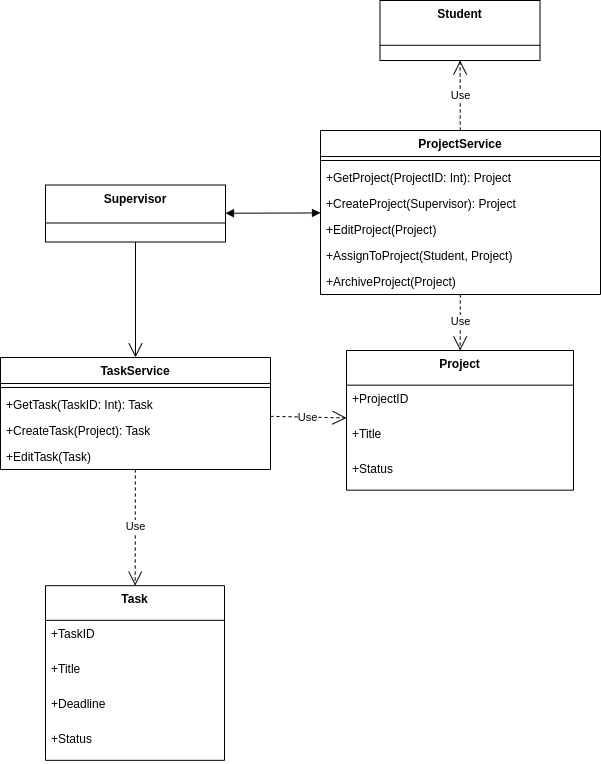
Beginner50/Dissertation keeps this draw.io diagram as UML/Class Diagrams/images/ProjectService Class Diagram.drawio.png. Above is the earlier version. Source tidied: cells renumbered, new cells last; positions are measured from the earlier drawing's top-left corner, leaving out a move shared by most shapes. Source of this version:
```xml
<mxGraphModel>
  <root>
    <mxCell id="0" />
    <mxCell id="1" parent="0" />
    <mxCell id="2" value="Supervisor" style="swimlane;fontStyle=1;align=center;verticalAlign=top;horizontal=1;startSize=38;" parent="1" vertex="1">
      <mxGeometry x="45" y="184.5" width="180" height="57" as="geometry" />
    </mxCell>
    <mxCell id="3" value="Project" style="swimlane;fontStyle=1;align=center;verticalAlign=top;horizontal=1;startSize=34.666666666666664;" parent="1" vertex="1">
      <mxGeometry x="346" y="350" width="227" height="139.7" as="geometry" />
    </mxCell>
    <mxCell id="4" value="+ProjectID" style="text;strokeColor=none;fillColor=none;align=left;verticalAlign=top;spacingLeft=4;spacingRight=4;overflow=hidden;" parent="3" vertex="1">
      <mxGeometry y="34.7" width="227" height="35" as="geometry" />
    </mxCell>
    <mxCell id="5" value="+Title" style="text;strokeColor=none;fillColor=none;align=left;verticalAlign=top;spacingLeft=4;spacingRight=4;overflow=hidden;" parent="3" vertex="1">
      <mxGeometry y="69.7" width="227" height="35" as="geometry" />
    </mxCell>
    <mxCell id="6" value="+Status" style="text;strokeColor=none;fillColor=none;align=left;verticalAlign=top;spacingLeft=4;spacingRight=4;overflow=hidden;" parent="3" vertex="1">
      <mxGeometry y="104.7" width="227" height="35" as="geometry" />
    </mxCell>
    <mxCell id="7" value="ProjectService" style="swimlane;fontStyle=1;align=center;verticalAlign=top;horizontal=1;startSize=26;whiteSpace=wrap;html=1;" parent="1" vertex="1">
      <mxGeometry x="320" y="130" width="280" height="164" as="geometry" />
    </mxCell>
    <mxCell id="8" style="line;strokeWidth=1;fillColor=none;align=left;verticalAlign=middle;spacingTop=-1;spacingLeft=3;spacingRight=3;labelPosition=right;strokeColor=inherit;" parent="7" vertex="1">
      <mxGeometry y="26" width="280" height="8" as="geometry" />
    </mxCell>
    <mxCell id="9" value="+GetProject(ProjectID: Int): Project" style="text;strokeColor=none;fillColor=none;align=left;verticalAlign=top;spacingLeft=4;spacingRight=4;overflow=hidden;whiteSpace=wrap;html=1;" parent="7" vertex="1">
      <mxGeometry y="34" width="280" height="26" as="geometry" />
    </mxCell>
    <mxCell id="10" value="+CreateProject(Supervisor): Project" style="text;strokeColor=none;fillColor=none;align=left;verticalAlign=top;spacingLeft=4;spacingRight=4;overflow=hidden;whiteSpace=wrap;html=1;" parent="7" vertex="1">
      <mxGeometry y="60" width="280" height="26" as="geometry" />
    </mxCell>
    <mxCell id="11" value="+EditProject(Project)" style="text;strokeColor=none;fillColor=none;align=left;verticalAlign=top;spacingLeft=4;spacingRight=4;overflow=hidden;whiteSpace=wrap;html=1;" parent="7" vertex="1">
      <mxGeometry y="86" width="280" height="26" as="geometry" />
    </mxCell>
    <mxCell id="12" value="+AssignToProject(Student, Project)" style="text;strokeColor=none;fillColor=none;align=left;verticalAlign=top;spacingLeft=4;spacingRight=4;overflow=hidden;whiteSpace=wrap;html=1;" parent="7" vertex="1">
      <mxGeometry y="112" width="280" height="26" as="geometry" />
    </mxCell>
    <mxCell id="13" value="+ArchiveProject(Project)" style="text;strokeColor=none;fillColor=none;align=left;verticalAlign=top;spacingLeft=4;spacingRight=4;overflow=hidden;whiteSpace=wrap;html=1;" parent="7" vertex="1">
      <mxGeometry y="138" width="280" height="26" as="geometry" />
    </mxCell>
    <mxCell id="14" value="Student" style="swimlane;fontStyle=1;align=center;verticalAlign=top;horizontal=1;startSize=44.8;" parent="1" vertex="1">
      <mxGeometry x="379.5" width="160" height="60" as="geometry" />
    </mxCell>
    <mxCell id="15" value="Use" style="endArrow=open;endSize=12;dashed=1;html=1;rounded=0;labelBackgroundColor=default;strokeColor=default;fontFamily=Helvetica;fontSize=11;fontColor=default;shape=connector;" parent="1" edge="1" source="7" target="14">
      <mxGeometry relative="1" as="geometry" />
    </mxCell>
    <mxCell id="16" value="Use" style="endArrow=open;endSize=12;dashed=1;html=1;rounded=0;labelBackgroundColor=default;strokeColor=default;fontFamily=Helvetica;fontSize=11;fontColor=default;shape=connector;" parent="1" edge="1" source="7" target="3">
      <mxGeometry relative="1" as="geometry" />
    </mxCell>
    <mxCell id="17" style="endArrow=block;startArrow=block;endFill=1;startFill=1;html=1;rounded=0;" parent="1" edge="1" source="2" target="7">
      <mxGeometry relative="1" as="geometry" />
    </mxCell>
    <mxCell id="18" value="TaskService" style="swimlane;fontStyle=1;align=center;verticalAlign=top;horizontal=1;startSize=26;whiteSpace=wrap;html=1;" parent="1" vertex="1">
      <mxGeometry y="357" width="270" height="112" as="geometry" />
    </mxCell>
    <mxCell id="19" style="line;strokeWidth=1;fillColor=none;align=left;verticalAlign=middle;spacingTop=-1;spacingLeft=3;spacingRight=3;labelPosition=right;strokeColor=inherit;" parent="18" vertex="1">
      <mxGeometry y="26" width="270" height="8" as="geometry" />
    </mxCell>
    <mxCell id="20" value="+GetTask(TaskID: Int): Task" style="text;strokeColor=none;fillColor=none;align=left;verticalAlign=top;spacingLeft=4;spacingRight=4;overflow=hidden;whiteSpace=wrap;html=1;" parent="18" vertex="1">
      <mxGeometry y="34" width="270" height="26" as="geometry" />
    </mxCell>
    <mxCell id="21" value="+CreateTask(Project): Task" style="text;strokeColor=none;fillColor=none;align=left;verticalAlign=top;spacingLeft=4;spacingRight=4;overflow=hidden;whiteSpace=wrap;html=1;" parent="18" vertex="1">
      <mxGeometry y="60" width="270" height="26" as="geometry" />
    </mxCell>
    <mxCell id="22" value="+EditTask(Task)&amp;nbsp;" style="text;strokeColor=none;fillColor=none;align=left;verticalAlign=top;spacingLeft=4;spacingRight=4;overflow=hidden;whiteSpace=wrap;html=1;" parent="18" vertex="1">
      <mxGeometry y="86" width="270" height="26" as="geometry" />
    </mxCell>
    <mxCell id="23" style="endArrow=open;endFill=1;endSize=12;html=1;rounded=0;" parent="1" edge="1" source="2" target="18">
      <mxGeometry relative="1" as="geometry" />
    </mxCell>
    <mxCell id="24" value="Task" style="swimlane;fontStyle=1;align=center;verticalAlign=top;horizontal=1;startSize=34.666666666666664;" parent="1" vertex="1">
      <mxGeometry x="45" y="585.2" width="179" height="174.7" as="geometry" />
    </mxCell>
    <mxCell id="25" value="+TaskID" style="text;strokeColor=none;fillColor=none;align=left;verticalAlign=top;spacingLeft=4;spacingRight=4;overflow=hidden;" parent="24" vertex="1">
      <mxGeometry y="34.7" width="179" height="35" as="geometry" />
    </mxCell>
    <mxCell id="26" value="+Title" style="text;strokeColor=none;fillColor=none;align=left;verticalAlign=top;spacingLeft=4;spacingRight=4;overflow=hidden;" parent="24" vertex="1">
      <mxGeometry y="69.7" width="179" height="35" as="geometry" />
    </mxCell>
    <mxCell id="27" value="+Deadline" style="text;strokeColor=none;fillColor=none;align=left;verticalAlign=top;spacingLeft=4;spacingRight=4;overflow=hidden;" parent="24" vertex="1">
      <mxGeometry y="104.7" width="179" height="35" as="geometry" />
    </mxCell>
    <mxCell id="28" value="+Status" style="text;strokeColor=none;fillColor=none;align=left;verticalAlign=top;spacingLeft=4;spacingRight=4;overflow=hidden;" parent="24" vertex="1">
      <mxGeometry y="139.7" width="179" height="35" as="geometry" />
    </mxCell>
    <mxCell id="29" value="Use" style="endArrow=open;endSize=12;dashed=1;html=1;rounded=0;labelBackgroundColor=default;strokeColor=default;fontFamily=Helvetica;fontSize=11;fontColor=default;shape=connector;" parent="1" edge="1" source="18" target="3">
      <mxGeometry relative="1" as="geometry" />
    </mxCell>
    <mxCell id="30" value="Use" style="endArrow=open;endSize=12;dashed=1;html=1;rounded=0;labelBackgroundColor=default;strokeColor=default;fontFamily=Helvetica;fontSize=11;fontColor=default;shape=connector;" parent="1" edge="1" source="18" target="24">
      <mxGeometry relative="1" as="geometry" />
    </mxCell>
  </root>
</mxGraphModel>
```
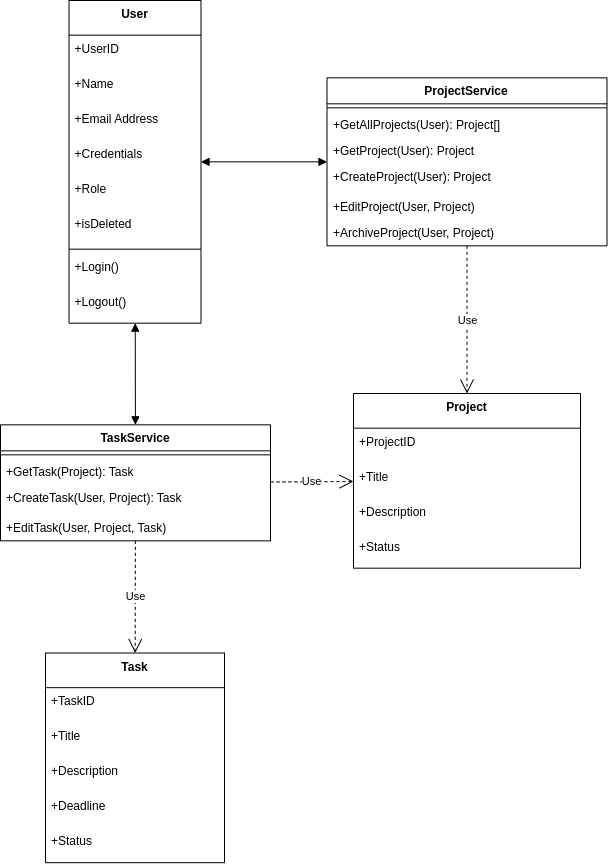
Later version of the same file.

Change to the diagram source:
```diff
@@ -2,11 +2,8 @@
   <root>
     <mxCell id="0" />
     <mxCell id="1" parent="0" />
-    <mxCell id="2" value="Supervisor" style="swimlane;fontStyle=1;align=center;verticalAlign=top;horizontal=1;startSize=38;" parent="1" vertex="1">
-      <mxGeometry x="45" y="184.5" width="180" height="57" as="geometry" />
-    </mxCell>
     <mxCell id="3" value="Project" style="swimlane;fontStyle=1;align=center;verticalAlign=top;horizontal=1;startSize=34.666666666666664;" parent="1" vertex="1">
-      <mxGeometry x="346" y="350" width="227" height="139.7" as="geometry" />
+      <mxGeometry x="213" y="313" width="227" height="174.7" as="geometry" />
     </mxCell>
     <mxCell id="4" value="+ProjectID" style="text;strokeColor=none;fillColor=none;align=left;verticalAlign=top;spacingLeft=4;spacingRight=4;overflow=hidden;" parent="3" vertex="1">
       <mxGeometry y="34.7" width="227" height="35" as="geometry" />
@@ -14,62 +11,56 @@
     <mxCell id="5" value="+Title" style="text;strokeColor=none;fillColor=none;align=left;verticalAlign=top;spacingLeft=4;spacingRight=4;overflow=hidden;" parent="3" vertex="1">
       <mxGeometry y="69.7" width="227" height="35" as="geometry" />
     </mxCell>
+    <mxCell id="31" value="+Description" style="text;strokeColor=none;fillColor=none;align=left;verticalAlign=top;spacingLeft=4;spacingRight=4;overflow=hidden;" parent="3" vertex="1">
+      <mxGeometry y="104.7" width="227" height="35" as="geometry" />
+    </mxCell>
     <mxCell id="6" value="+Status" style="text;strokeColor=none;fillColor=none;align=left;verticalAlign=top;spacingLeft=4;spacingRight=4;overflow=hidden;" parent="3" vertex="1">
-      <mxGeometry y="104.7" width="227" height="35" as="geometry" />
+      <mxGeometry y="139.7" width="227" height="35" as="geometry" />
     </mxCell>
     <mxCell id="7" value="ProjectService" style="swimlane;fontStyle=1;align=center;verticalAlign=top;horizontal=1;startSize=26;whiteSpace=wrap;html=1;" parent="1" vertex="1">
-      <mxGeometry x="320" y="130" width="280" height="164" as="geometry" />
+      <mxGeometry x="186.5" y="-2.7" width="280" height="168" as="geometry" />
     </mxCell>
     <mxCell id="8" style="line;strokeWidth=1;fillColor=none;align=left;verticalAlign=middle;spacingTop=-1;spacingLeft=3;spacingRight=3;labelPosition=right;strokeColor=inherit;" parent="7" vertex="1">
       <mxGeometry y="26" width="280" height="8" as="geometry" />
     </mxCell>
+    <mxCell id="32" value="+GetAllProjects(User): Project[]" style="text;strokeColor=none;fillColor=none;align=left;verticalAlign=top;spacingLeft=4;spacingRight=4;overflow=hidden;whiteSpace=wrap;html=1;" parent="7" vertex="1">
+      <mxGeometry y="34" width="280" height="26" as="geometry" />
+    </mxCell>
-    <mxCell id="9" value="+GetProject(ProjectID: Int): Project" style="text;strokeColor=none;fillColor=none;align=left;verticalAlign=top;spacingLeft=4;spacingRight=4;overflow=hidden;whiteSpace=wrap;html=1;" parent="7" vertex="1">
-      <mxGeometry y="34" width="280" height="26" as="geometry" />
+    <mxCell id="9" value="+GetProject(User): Project" style="text;strokeColor=none;fillColor=none;align=left;verticalAlign=top;spacingLeft=4;spacingRight=4;overflow=hidden;whiteSpace=wrap;html=1;" parent="7" vertex="1">
+      <mxGeometry y="60" width="280" height="26" as="geometry" />
     </mxCell>
-    <mxCell id="10" value="+CreateProject(Supervisor): Project" style="text;strokeColor=none;fillColor=none;align=left;verticalAlign=top;spacingLeft=4;spacingRight=4;overflow=hidden;whiteSpace=wrap;html=1;" parent="7" vertex="1">
-      <mxGeometry y="60" width="280" height="26" as="geometry" />
+    <mxCell id="10" value="+CreateProject(User): Project" style="text;strokeColor=none;fillColor=none;align=left;verticalAlign=top;spacingLeft=4;spacingRight=4;overflow=hidden;whiteSpace=wrap;html=1;" parent="7" vertex="1">
+      <mxGeometry y="86" width="280" height="30" as="geometry" />
     </mxCell>
-    <mxCell id="11" value="+EditProject(Project)" style="text;strokeColor=none;fillColor=none;align=left;verticalAlign=top;spacingLeft=4;spacingRight=4;overflow=hidden;whiteSpace=wrap;html=1;" parent="7" vertex="1">
-      <mxGeometry y="86" width="280" height="26" as="geometry" />
+    <mxCell id="11" value="+EditProject(User, Project)" style="text;strokeColor=none;fillColor=none;align=left;verticalAlign=top;spacingLeft=4;spacingRight=4;overflow=hidden;whiteSpace=wrap;html=1;" parent="7" vertex="1">
+      <mxGeometry y="116" width="280" height="26" as="geometry" />
     </mxCell>
-    <mxCell id="12" value="+AssignToProject(Student, Project)" style="text;strokeColor=none;fillColor=none;align=left;verticalAlign=top;spacingLeft=4;spacingRight=4;overflow=hidden;whiteSpace=wrap;html=1;" parent="7" vertex="1">
-      <mxGeometry y="112" width="280" height="26" as="geometry" />
-    </mxCell>
-    <mxCell id="13" value="+ArchiveProject(Project)" style="text;strokeColor=none;fillColor=none;align=left;verticalAlign=top;spacingLeft=4;spacingRight=4;overflow=hidden;whiteSpace=wrap;html=1;" parent="7" vertex="1">
-      <mxGeometry y="138" width="280" height="26" as="geometry" />
+    <mxCell id="13" value="+ArchiveProject(User, Project)" style="text;strokeColor=none;fillColor=none;align=left;verticalAlign=top;spacingLeft=4;spacingRight=4;overflow=hidden;whiteSpace=wrap;html=1;" parent="7" vertex="1">
+      <mxGeometry y="142" width="280" height="26" as="geometry" />
     </mxCell>
-    <mxCell id="14" value="Student" style="swimlane;fontStyle=1;align=center;verticalAlign=top;horizontal=1;startSize=44.8;" parent="1" vertex="1">
-      <mxGeometry x="379.5" width="160" height="60" as="geometry" />
-    </mxCell>
-    <mxCell id="15" value="Use" style="endArrow=open;endSize=12;dashed=1;html=1;rounded=0;labelBackgroundColor=default;strokeColor=default;fontFamily=Helvetica;fontSize=11;fontColor=default;shape=connector;" parent="1" edge="1" source="7" target="14">
-      <mxGeometry relative="1" as="geometry" />
-    </mxCell>
     <mxCell id="16" value="Use" style="endArrow=open;endSize=12;dashed=1;html=1;rounded=0;labelBackgroundColor=default;strokeColor=default;fontFamily=Helvetica;fontSize=11;fontColor=default;shape=connector;" parent="1" edge="1" source="7" target="3">
       <mxGeometry relative="1" as="geometry" />
     </mxCell>
-    <mxCell id="17" style="endArrow=block;startArrow=block;endFill=1;startFill=1;html=1;rounded=0;" parent="1" edge="1" source="2" target="7">
+    <mxCell id="17" style="endArrow=block;startArrow=block;endFill=1;startFill=1;html=1;rounded=0;" parent="1" edge="1" source="34" target="18">
       <mxGeometry relative="1" as="geometry" />
     </mxCell>
     <mxCell id="18" value="TaskService" style="swimlane;fontStyle=1;align=center;verticalAlign=top;horizontal=1;startSize=26;whiteSpace=wrap;html=1;" parent="1" vertex="1">
-      <mxGeometry y="357" width="270" height="112" as="geometry" />
+      <mxGeometry x="-140" y="344.3" width="270" height="116" as="geometry" />
     </mxCell>
     <mxCell id="19" style="line;strokeWidth=1;fillColor=none;align=left;verticalAlign=middle;spacingTop=-1;spacingLeft=3;spacingRight=3;labelPosition=right;strokeColor=inherit;" parent="18" vertex="1">
       <mxGeometry y="26" width="270" height="8" as="geometry" />
     </mxCell>
-    <mxCell id="20" value="+GetTask(TaskID: Int): Task" style="text;strokeColor=none;fillColor=none;align=left;verticalAlign=top;spacingLeft=4;spacingRight=4;overflow=hidden;whiteSpace=wrap;html=1;" parent="18" vertex="1">
+    <mxCell id="20" value="+GetTask(Project): Task" style="text;strokeColor=none;fillColor=none;align=left;verticalAlign=top;spacingLeft=4;spacingRight=4;overflow=hidden;whiteSpace=wrap;html=1;" parent="18" vertex="1">
       <mxGeometry y="34" width="270" height="26" as="geometry" />
     </mxCell>
-    <mxCell id="21" value="+CreateTask(Project): Task" style="text;strokeColor=none;fillColor=none;align=left;verticalAlign=top;spacingLeft=4;spacingRight=4;overflow=hidden;whiteSpace=wrap;html=1;" parent="18" vertex="1">
-      <mxGeometry y="60" width="270" height="26" as="geometry" />
+    <mxCell id="21" value="+CreateTask(User, Project): Task" style="text;strokeColor=none;fillColor=none;align=left;verticalAlign=top;spacingLeft=4;spacingRight=4;overflow=hidden;whiteSpace=wrap;html=1;" parent="18" vertex="1">
+      <mxGeometry y="60" width="270" height="30" as="geometry" />
     </mxCell>
-    <mxCell id="22" value="+EditTask(Task)&amp;nbsp;" style="text;strokeColor=none;fillColor=none;align=left;verticalAlign=top;spacingLeft=4;spacingRight=4;overflow=hidden;whiteSpace=wrap;html=1;" parent="18" vertex="1">
-      <mxGeometry y="86" width="270" height="26" as="geometry" />
+    <mxCell id="22" value="+EditTask(User, Project, Task)&amp;nbsp;" style="text;strokeColor=none;fillColor=none;align=left;verticalAlign=top;spacingLeft=4;spacingRight=4;overflow=hidden;whiteSpace=wrap;html=1;" parent="18" vertex="1">
+      <mxGeometry y="90" width="270" height="26" as="geometry" />
     </mxCell>
-    <mxCell id="23" style="endArrow=open;endFill=1;endSize=12;html=1;rounded=0;" parent="1" edge="1" source="2" target="18">
-      <mxGeometry relative="1" as="geometry" />
-    </mxCell>
     <mxCell id="24" value="Task" style="swimlane;fontStyle=1;align=center;verticalAlign=top;horizontal=1;startSize=34.666666666666664;" parent="1" vertex="1">
-      <mxGeometry x="45" y="585.2" width="179" height="174.7" as="geometry" />
+      <mxGeometry x="-95" y="572.5" width="179" height="209.7" as="geometry" />
     </mxCell>
     <mxCell id="25" value="+TaskID" style="text;strokeColor=none;fillColor=none;align=left;verticalAlign=top;spacingLeft=4;spacingRight=4;overflow=hidden;" parent="24" vertex="1">
       <mxGeometry y="34.7" width="179" height="35" as="geometry" />
@@ -77,11 +68,14 @@
     <mxCell id="26" value="+Title" style="text;strokeColor=none;fillColor=none;align=left;verticalAlign=top;spacingLeft=4;spacingRight=4;overflow=hidden;" parent="24" vertex="1">
       <mxGeometry y="69.7" width="179" height="35" as="geometry" />
     </mxCell>
+    <mxCell id="33" value="+Description" style="text;strokeColor=none;fillColor=none;align=left;verticalAlign=top;spacingLeft=4;spacingRight=4;overflow=hidden;" parent="24" vertex="1">
+      <mxGeometry y="104.7" width="179" height="35" as="geometry" />
+    </mxCell>
     <mxCell id="27" value="+Deadline" style="text;strokeColor=none;fillColor=none;align=left;verticalAlign=top;spacingLeft=4;spacingRight=4;overflow=hidden;" parent="24" vertex="1">
-      <mxGeometry y="104.7" width="179" height="35" as="geometry" />
+      <mxGeometry y="139.7" width="179" height="35" as="geometry" />
     </mxCell>
     <mxCell id="28" value="+Status" style="text;strokeColor=none;fillColor=none;align=left;verticalAlign=top;spacingLeft=4;spacingRight=4;overflow=hidden;" parent="24" vertex="1">
-      <mxGeometry y="139.7" width="179" height="35" as="geometry" />
+      <mxGeometry y="174.7" width="179" height="35" as="geometry" />
     </mxCell>
     <mxCell id="29" value="Use" style="endArrow=open;endSize=12;dashed=1;html=1;rounded=0;labelBackgroundColor=default;strokeColor=default;fontFamily=Helvetica;fontSize=11;fontColor=default;shape=connector;" parent="1" edge="1" source="18" target="3">
       <mxGeometry relative="1" as="geometry" />
@@ -89,5 +83,38 @@
     <mxCell id="30" value="Use" style="endArrow=open;endSize=12;dashed=1;html=1;rounded=0;labelBackgroundColor=default;strokeColor=default;fontFamily=Helvetica;fontSize=11;fontColor=default;shape=connector;" parent="1" edge="1" source="18" target="24">
       <mxGeometry relative="1" as="geometry" />
     </mxCell>
+    <mxCell id="34" value="User" style="swimlane;fontStyle=1;align=center;verticalAlign=top;horizontal=1;startSize=34.666666666666664;" parent="1" vertex="1">
+      <mxGeometry x="-71.5" y="-80" width="132" height="322.7" as="geometry" />
+    </mxCell>
+    <mxCell id="35" value="+UserID" style="text;strokeColor=none;fillColor=none;align=left;verticalAlign=top;spacingLeft=4;spacingRight=4;overflow=hidden;" parent="34" vertex="1">
+      <mxGeometry y="34.7" width="132" height="35" as="geometry" />
+    </mxCell>
+    <mxCell id="36" value="+Name" style="text;strokeColor=none;fillColor=none;align=left;verticalAlign=top;spacingLeft=4;spacingRight=4;overflow=hidden;" parent="34" vertex="1">
+      <mxGeometry y="69.7" width="132" height="35" as="geometry" />
+    </mxCell>
+    <mxCell id="37" value="+Email Address" style="text;strokeColor=none;fillColor=none;align=left;verticalAlign=top;spacingLeft=4;spacingRight=4;overflow=hidden;" parent="34" vertex="1">
+      <mxGeometry y="104.7" width="132" height="35" as="geometry" />
+    </mxCell>
+    <mxCell id="38" value="+Credentials" style="text;strokeColor=none;fillColor=none;align=left;verticalAlign=top;spacingLeft=4;spacingRight=4;overflow=hidden;" parent="34" vertex="1">
+      <mxGeometry y="139.7" width="132" height="35" as="geometry" />
+    </mxCell>
+    <mxCell id="39" value="+Role" style="text;strokeColor=none;fillColor=none;align=left;verticalAlign=top;spacingLeft=4;spacingRight=4;overflow=hidden;" parent="34" vertex="1">
+      <mxGeometry y="174.7" width="132" height="35" as="geometry" />
+    </mxCell>
+    <mxCell id="40" value="+isDeleted" style="text;strokeColor=none;fillColor=none;align=left;verticalAlign=top;spacingLeft=4;spacingRight=4;overflow=hidden;" parent="34" vertex="1">
+      <mxGeometry y="209.7" width="132" height="35" as="geometry" />
+    </mxCell>
+    <mxCell id="41" style="line;strokeWidth=1;fillColor=none;align=left;verticalAlign=middle;spacingTop=-1;spacingLeft=3;spacingRight=3;labelPosition=right;strokeColor=inherit;" parent="34" vertex="1">
+      <mxGeometry y="244.7" width="132" height="8" as="geometry" />
+    </mxCell>
+    <mxCell id="42" value="+Login()" style="text;strokeColor=none;fillColor=none;align=left;verticalAlign=top;spacingLeft=4;spacingRight=4;overflow=hidden;" parent="34" vertex="1">
+      <mxGeometry y="252.7" width="132" height="35" as="geometry" />
+    </mxCell>
+    <mxCell id="43" value="+Logout()" style="text;strokeColor=none;fillColor=none;align=left;verticalAlign=top;spacingLeft=4;spacingRight=4;overflow=hidden;" parent="34" vertex="1">
+      <mxGeometry y="287.7" width="132" height="35" as="geometry" />
+    </mxCell>
+    <mxCell id="44" style="endArrow=block;startArrow=block;endFill=1;startFill=1;html=1;rounded=0;" parent="1" edge="1" source="34" target="7">
+      <mxGeometry relative="1" as="geometry" />
+    </mxCell>
   </root>
 </mxGraphModel>
```
